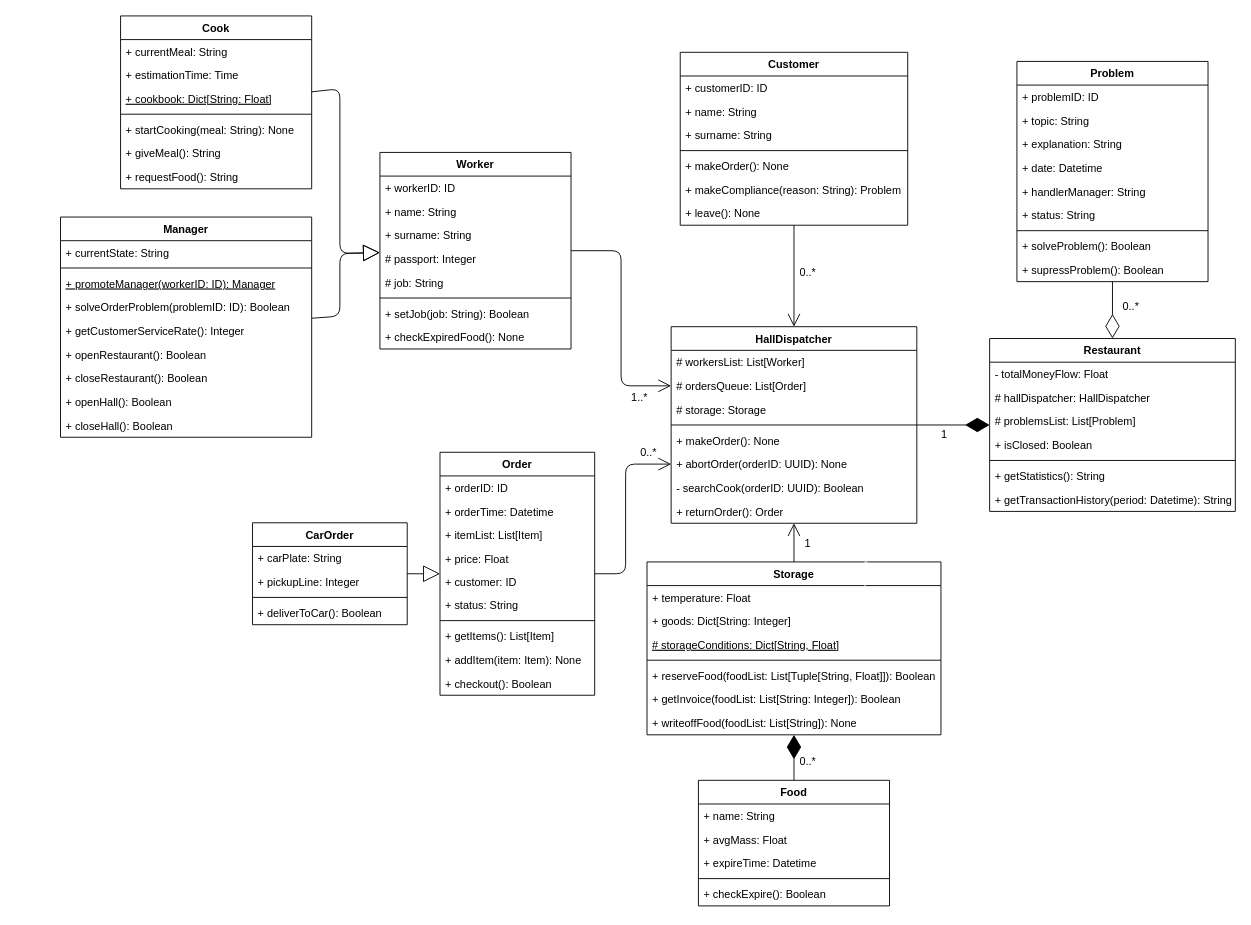
Above: python/task4/Class diagram.drawio in ricci5791/python-education (draw.io), before the change. Source tidied: cells renumbered, new cells numbered last; positions are measured from the earlier drawing's top-left corner, leaving out a move shared by most shapes. Both pictures are drawn from the tidied source at 91%, with x=0, y=0 at pixel (15, 15).
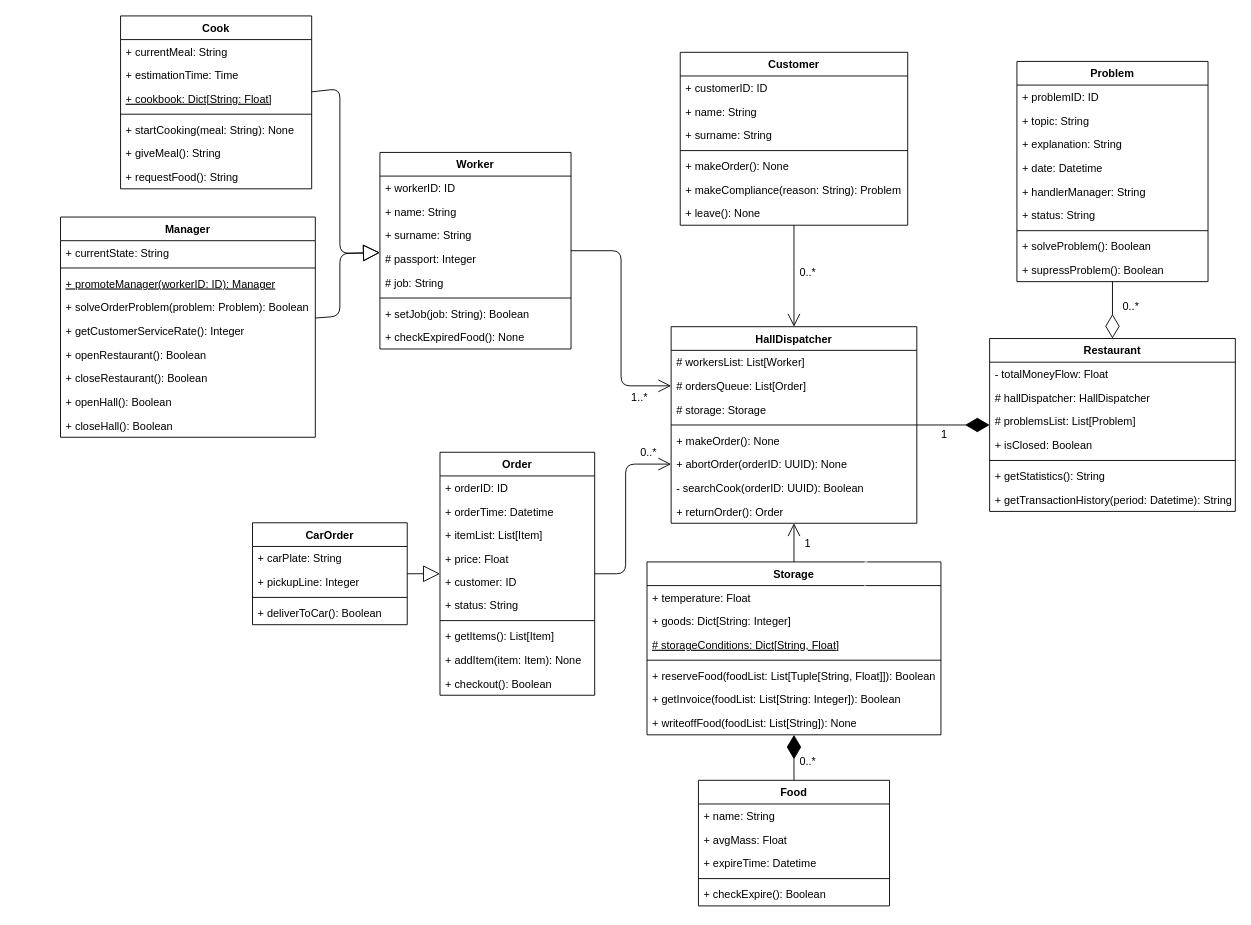
After the change.

Commit message (it also covers changes not shown here):
changed Manager solveProblem parameter type from uuid to Problem instance

The change refers to these unchanged cells:
```xml
<mxCell id="53" style="group;" parent="1" vertex="1">
  <mxGeometry width="636" height="437" as="geometry" />
</mxCell>
```

What changed in the source:
```diff
@@
     <mxCell id="71" value="Manager" style="swimlane;fontStyle=1;align=center;verticalAlign=top;horizontal=1;startSize=26;" parent="53" vertex="1">
-      <mxGeometry x="49" y="221" width="276" height="242" as="geometry" />
+      <mxGeometry x="49" y="221" width="280" height="242" as="geometry" />
     </mxCell>
     <mxCell id="72" value="+ currentState: String" style="text;strokeColor=none;fillColor=none;align=left;verticalAlign=top;spacingLeft=4;spacingRight=4;overflow=hidden;" parent="71" vertex="1">
-      <mxGeometry y="26" width="276" height="26" as="geometry" />
+      <mxGeometry y="26" width="280" height="26" as="geometry" />
     </mxCell>
     <mxCell id="73" style="line;strokeWidth=1;fillColor=none;align=left;verticalAlign=middle;spacingTop=-1;spacingLeft=3;spacingRight=3;labelPosition=right;" parent="71" vertex="1">
-      <mxGeometry y="52" width="276" height="8" as="geometry" />
+      <mxGeometry y="52" width="280" height="8" as="geometry" />
     </mxCell>
     <mxCell id="74" value="+ promoteManager(workerID: ID): Manager" style="text;strokeColor=none;fillColor=none;align=left;verticalAlign=top;spacingLeft=4;spacingRight=4;overflow=hidden;fontStyle=4;" parent="71" vertex="1">
-      <mxGeometry y="60" width="276" height="26" as="geometry" />
+      <mxGeometry y="60" width="280" height="26" as="geometry" />
     </mxCell>
-    <mxCell id="75" value="+ solveOrderProblem(problemID: ID): Boolean" style="text;strokeColor=none;fillColor=none;align=left;verticalAlign=top;spacingLeft=4;spacingRight=4;overflow=hidden;" parent="71" vertex="1">
-      <mxGeometry y="86" width="276" height="26" as="geometry" />
+    <mxCell id="75" value="+ solveOrderProblem(problem: Problem): Boolean" style="text;strokeColor=none;fillColor=none;align=left;verticalAlign=top;spacingLeft=4;spacingRight=4;overflow=hidden;" parent="71" vertex="1">
+      <mxGeometry y="86" width="280" height="26" as="geometry" />
     </mxCell>
     <mxCell id="76" value="+ getCustomerServiceRate(): Integer" style="text;strokeColor=none;fillColor=none;align=left;verticalAlign=top;spacingLeft=4;spacingRight=4;overflow=hidden;" parent="71" vertex="1">
-      <mxGeometry y="112" width="276" height="26" as="geometry" />
+      <mxGeometry y="112" width="280" height="26" as="geometry" />
     </mxCell>
     <mxCell id="77" value="+ openRestaurant(): Boolean" style="text;strokeColor=none;fillColor=none;align=left;verticalAlign=top;spacingLeft=4;spacingRight=4;overflow=hidden;" parent="71" vertex="1">
-      <mxGeometry y="138" width="276" height="26" as="geometry" />
+      <mxGeometry y="138" width="280" height="26" as="geometry" />
     </mxCell>
     <mxCell id="78" value="+ closeRestaurant(): Boolean" style="text;strokeColor=none;fillColor=none;align=left;verticalAlign=top;spacingLeft=4;spacingRight=4;overflow=hidden;" parent="71" vertex="1">
-      <mxGeometry y="164" width="276" height="26" as="geometry" />
+      <mxGeometry y="164" width="280" height="26" as="geometry" />
     </mxCell>
     <mxCell id="79" value="+ openHall(): Boolean" style="text;strokeColor=none;fillColor=none;align=left;verticalAlign=top;spacingLeft=4;spacingRight=4;overflow=hidden;" parent="71" vertex="1">
-      <mxGeometry y="190" width="276" height="26" as="geometry" />
+      <mxGeometry y="190" width="280" height="26" as="geometry" />
     </mxCell>
     <mxCell id="80" value="+ closeHall(): Boolean" style="text;strokeColor=none;fillColor=none;align=left;verticalAlign=top;spacingLeft=4;spacingRight=4;overflow=hidden;" parent="71" vertex="1">
-      <mxGeometry y="216" width="276" height="26" as="geometry" />
+      <mxGeometry y="216" width="280" height="26" as="geometry" />
     </mxCell>
```
